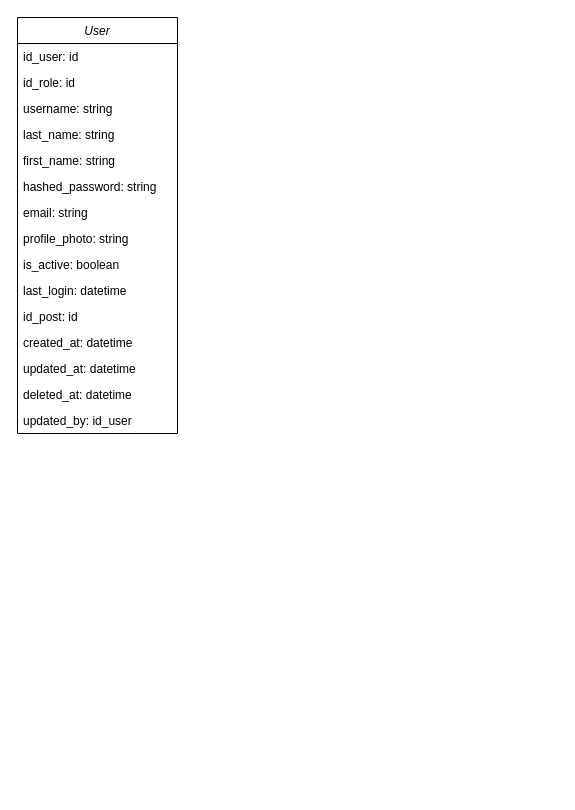
Earlier version of the draw.io diagram Lost&found.drawio (Vedgge/WormSync). Source tidied: cells renumbered, new cells numbered last; positions are measured from the earlier drawing's top-left corner, leaving out a move shared by most shapes. Both pictures are drawn from the tidied source at 100%, with x=0, y=0 at pixel (17, 17).
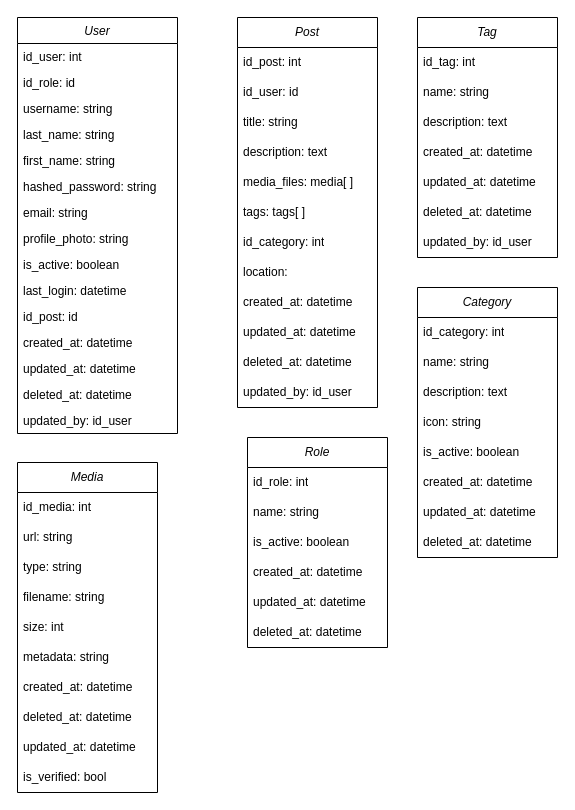
The same page after the edit.

The change refers to these unchanged cells:
```xml
<mxCell id="2" value="User" style="swimlane;fontStyle=2;align=center;verticalAlign=top;horizontal=1;startSize=26;rounded=0;shadow=0;strokeWidth=1;" parent="1" vertex="1">
  <mxGeometry width="160" height="416" as="geometry" />
</mxCell>
```

The edit, as a diff of the source:
```diff
@@
-    <mxCell id="3" value="id_user: id" style="text;align=left;verticalAlign=top;spacingLeft=4;spacingRight=4;overflow=hidden;" parent="2" vertex="1">
+    <mxCell id="3" value="id_user: int" style="text;align=left;verticalAlign=top;spacingLeft=4;spacingRight=4;overflow=hidden;" parent="2" vertex="1">
       <mxGeometry y="26" width="160" height="26" as="geometry" />
     </mxCell>
@@
+    <mxCell id="18" value="&lt;i&gt;Post&lt;/i&gt;" style="swimlane;fontStyle=0;horizontal=1;startSize=30;whiteSpace=wrap;html=1;" parent="1" vertex="1">
+      <mxGeometry x="220" width="140" height="390" as="geometry" />
+    </mxCell>
+    <mxCell id="19" value="id_post: int" style="text;strokeColor=none;fillColor=none;align=left;verticalAlign=middle;spacingLeft=4;spacingRight=4;overflow=hidden;whiteSpace=wrap;html=1;" parent="18" vertex="1">
+      <mxGeometry y="30" width="140" height="30" as="geometry" />
+    </mxCell>
+    <mxCell id="20" value="id_user: id" style="text;strokeColor=none;fillColor=none;align=left;verticalAlign=middle;spacingLeft=4;spacingRight=4;overflow=hidden;whiteSpace=wrap;html=1;" parent="18" vertex="1">
+      <mxGeometry y="60" width="140" height="30" as="geometry" />
+    </mxCell>
+    <mxCell id="21" value="title: string" style="text;strokeColor=none;fillColor=none;align=left;verticalAlign=middle;spacingLeft=4;spacingRight=4;overflow=hidden;whiteSpace=wrap;html=1;" parent="18" vertex="1">
+      <mxGeometry y="90" width="140" height="30" as="geometry" />
+    </mxCell>
+    <mxCell id="22" value="description: text" style="text;strokeColor=none;fillColor=none;align=left;verticalAlign=middle;spacingLeft=4;spacingRight=4;overflow=hidden;whiteSpace=wrap;html=1;" parent="18" vertex="1">
+      <mxGeometry y="120" width="140" height="30" as="geometry" />
+    </mxCell>
+    <mxCell id="23" value="media_files: media[ ]" style="text;strokeColor=none;fillColor=none;align=left;verticalAlign=middle;spacingLeft=4;spacingRight=4;overflow=hidden;whiteSpace=wrap;html=1;" parent="18" vertex="1">
+      <mxGeometry y="150" width="140" height="30" as="geometry" />
+    </mxCell>
+    <mxCell id="24" value="tags: tags[ ]" style="text;strokeColor=none;fillColor=none;align=left;verticalAlign=middle;spacingLeft=4;spacingRight=4;overflow=hidden;whiteSpace=wrap;html=1;" parent="18" vertex="1">
+      <mxGeometry y="180" width="140" height="30" as="geometry" />
+    </mxCell>
+    <mxCell id="25" value="id_category: int" style="text;strokeColor=none;fillColor=none;align=left;verticalAlign=middle;spacingLeft=4;spacingRight=4;overflow=hidden;whiteSpace=wrap;html=1;" parent="18" vertex="1">
+      <mxGeometry y="210" width="140" height="30" as="geometry" />
+    </mxCell>
+    <mxCell id="26" value="location:" style="text;strokeColor=none;fillColor=none;align=left;verticalAlign=middle;spacingLeft=4;spacingRight=4;overflow=hidden;whiteSpace=wrap;html=1;" parent="18" vertex="1">
+      <mxGeometry y="240" width="140" height="30" as="geometry" />
+    </mxCell>
+    <mxCell id="27" value="created_at: datetime" style="text;strokeColor=none;fillColor=none;align=left;verticalAlign=middle;spacingLeft=4;spacingRight=4;overflow=hidden;whiteSpace=wrap;html=1;" parent="18" vertex="1">
+      <mxGeometry y="270" width="140" height="30" as="geometry" />
+    </mxCell>
+    <mxCell id="28" value="updated_at: datetime" style="text;strokeColor=none;fillColor=none;align=left;verticalAlign=middle;spacingLeft=4;spacingRight=4;overflow=hidden;whiteSpace=wrap;html=1;" parent="18" vertex="1">
+      <mxGeometry y="300" width="140" height="30" as="geometry" />
+    </mxCell>
+    <mxCell id="29" value="deleted_at: datetime" style="text;strokeColor=none;fillColor=none;align=left;verticalAlign=middle;spacingLeft=4;spacingRight=4;overflow=hidden;whiteSpace=wrap;html=1;" parent="18" vertex="1">
+      <mxGeometry y="330" width="140" height="30" as="geometry" />
+    </mxCell>
+    <mxCell id="30" value="updated_by: id_user" style="text;strokeColor=none;fillColor=none;align=left;verticalAlign=middle;spacingLeft=4;spacingRight=4;overflow=hidden;whiteSpace=wrap;html=1;" parent="18" vertex="1">
+      <mxGeometry y="360" width="140" height="30" as="geometry" />
+    </mxCell>
+    <mxCell id="31" value="&lt;i&gt;Tag&lt;/i&gt;" style="swimlane;fontStyle=0;horizontal=1;startSize=30;whiteSpace=wrap;html=1;" parent="1" vertex="1">
+      <mxGeometry x="400" width="140" height="240" as="geometry" />
+    </mxCell>
+    <mxCell id="32" value="id_tag: int&lt;span style=&quot;white-space: pre;&quot;&gt;&#9;&lt;/span&gt;" style="text;strokeColor=none;fillColor=none;align=left;verticalAlign=middle;spacingLeft=4;spacingRight=4;overflow=hidden;whiteSpace=wrap;html=1;" parent="31" vertex="1">
+      <mxGeometry y="30" width="140" height="30" as="geometry" />
+    </mxCell>
+    <mxCell id="33" value="name: string" style="text;strokeColor=none;fillColor=none;align=left;verticalAlign=middle;spacingLeft=4;spacingRight=4;overflow=hidden;whiteSpace=wrap;html=1;" parent="31" vertex="1">
+      <mxGeometry y="60" width="140" height="30" as="geometry" />
+    </mxCell>
+    <mxCell id="34" value="description: text" style="text;strokeColor=none;fillColor=none;align=left;verticalAlign=middle;spacingLeft=4;spacingRight=4;overflow=hidden;whiteSpace=wrap;html=1;" parent="31" vertex="1">
+      <mxGeometry y="90" width="140" height="30" as="geometry" />
+    </mxCell>
+    <mxCell id="35" value="created_at: datetime" style="text;strokeColor=none;fillColor=none;align=left;verticalAlign=middle;spacingLeft=4;spacingRight=4;overflow=hidden;whiteSpace=wrap;html=1;" parent="31" vertex="1">
+      <mxGeometry y="120" width="140" height="30" as="geometry" />
+    </mxCell>
+    <mxCell id="36" value="updated_at: datetime" style="text;strokeColor=none;fillColor=none;align=left;verticalAlign=middle;spacingLeft=4;spacingRight=4;overflow=hidden;whiteSpace=wrap;html=1;" parent="31" vertex="1">
+      <mxGeometry y="150" width="140" height="30" as="geometry" />
+    </mxCell>
+    <mxCell id="37" value="deleted_at: datetime" style="text;strokeColor=none;fillColor=none;align=left;verticalAlign=middle;spacingLeft=4;spacingRight=4;overflow=hidden;whiteSpace=wrap;html=1;" parent="31" vertex="1">
+      <mxGeometry y="180" width="140" height="30" as="geometry" />
+    </mxCell>
+    <mxCell id="38" value="updated_by: id_user" style="text;strokeColor=none;fillColor=none;align=left;verticalAlign=middle;spacingLeft=4;spacingRight=4;overflow=hidden;whiteSpace=wrap;html=1;" parent="31" vertex="1">
+      <mxGeometry y="210" width="140" height="30" as="geometry" />
+    </mxCell>
+    <mxCell id="39" value="&lt;i&gt;Category&lt;/i&gt;" style="swimlane;fontStyle=0;horizontal=1;startSize=30;whiteSpace=wrap;html=1;" parent="1" vertex="1">
+      <mxGeometry x="400" y="270" width="140" height="270" as="geometry" />
+    </mxCell>
+    <mxCell id="40" value="id_category: int" style="text;strokeColor=none;fillColor=none;align=left;verticalAlign=middle;spacingLeft=4;spacingRight=4;overflow=hidden;whiteSpace=wrap;html=1;" parent="39" vertex="1">
+      <mxGeometry y="30" width="140" height="30" as="geometry" />
+    </mxCell>
+    <mxCell id="41" value="name: string" style="text;strokeColor=none;fillColor=none;align=left;verticalAlign=middle;spacingLeft=4;spacingRight=4;overflow=hidden;whiteSpace=wrap;html=1;" parent="39" vertex="1">
+      <mxGeometry y="60" width="140" height="30" as="geometry" />
+    </mxCell>
+    <mxCell id="42" value="description: text" style="text;strokeColor=none;fillColor=none;align=left;verticalAlign=middle;spacingLeft=4;spacingRight=4;overflow=hidden;whiteSpace=wrap;html=1;" parent="39" vertex="1">
+      <mxGeometry y="90" width="140" height="30" as="geometry" />
+    </mxCell>
+    <mxCell id="43" value="icon: string" style="text;strokeColor=none;fillColor=none;align=left;verticalAlign=middle;spacingLeft=4;spacingRight=4;overflow=hidden;whiteSpace=wrap;html=1;" parent="39" vertex="1">
+      <mxGeometry y="120" width="140" height="30" as="geometry" />
+    </mxCell>
+    <mxCell id="44" value="is_active: boolean" style="text;strokeColor=none;fillColor=none;align=left;verticalAlign=middle;spacingLeft=4;spacingRight=4;overflow=hidden;whiteSpace=wrap;html=1;" parent="39" vertex="1">
+      <mxGeometry y="150" width="140" height="30" as="geometry" />
+    </mxCell>
+    <mxCell id="45" value="created_at: datetime" style="text;strokeColor=none;fillColor=none;align=left;verticalAlign=middle;spacingLeft=4;spacingRight=4;overflow=hidden;whiteSpace=wrap;html=1;" parent="39" vertex="1">
+      <mxGeometry y="180" width="140" height="30" as="geometry" />
+    </mxCell>
+    <mxCell id="46" value="updated_at: datetime" style="text;strokeColor=none;fillColor=none;align=left;verticalAlign=middle;spacingLeft=4;spacingRight=4;overflow=hidden;whiteSpace=wrap;html=1;" parent="39" vertex="1">
+      <mxGeometry y="210" width="140" height="30" as="geometry" />
+    </mxCell>
+    <mxCell id="47" value="deleted_at: datetime" style="text;strokeColor=none;fillColor=none;align=left;verticalAlign=middle;spacingLeft=4;spacingRight=4;overflow=hidden;whiteSpace=wrap;html=1;" parent="39" vertex="1">
+      <mxGeometry y="240" width="140" height="30" as="geometry" />
+    </mxCell>
+    <mxCell id="48" value="&lt;i&gt;Role&lt;/i&gt;" style="swimlane;fontStyle=0;horizontal=1;startSize=30;whiteSpace=wrap;html=1;" parent="1" vertex="1">
+      <mxGeometry x="230" y="420" width="140" height="210" as="geometry" />
+    </mxCell>
+    <mxCell id="49" value="id_role: int" style="text;strokeColor=none;fillColor=none;align=left;verticalAlign=middle;spacingLeft=4;spacingRight=4;overflow=hidden;whiteSpace=wrap;html=1;" parent="48" vertex="1">
+      <mxGeometry y="30" width="140" height="30" as="geometry" />
+    </mxCell>
+    <mxCell id="50" value="name: string" style="text;strokeColor=none;fillColor=none;align=left;verticalAlign=middle;spacingLeft=4;spacingRight=4;overflow=hidden;whiteSpace=wrap;html=1;" parent="48" vertex="1">
+      <mxGeometry y="60" width="140" height="30" as="geometry" />
+    </mxCell>
+    <mxCell id="51" value="is_active: boolean" style="text;strokeColor=none;fillColor=none;align=left;verticalAlign=middle;spacingLeft=4;spacingRight=4;overflow=hidden;whiteSpace=wrap;html=1;" parent="48" vertex="1">
+      <mxGeometry y="90" width="140" height="30" as="geometry" />
+    </mxCell>
+    <mxCell id="52" value="created_at: datetime" style="text;strokeColor=none;fillColor=none;align=left;verticalAlign=middle;spacingLeft=4;spacingRight=4;overflow=hidden;whiteSpace=wrap;html=1;" parent="48" vertex="1">
+      <mxGeometry y="120" width="140" height="30" as="geometry" />
+    </mxCell>
+    <mxCell id="53" value="updated_at: datetime" style="text;strokeColor=none;fillColor=none;align=left;verticalAlign=middle;spacingLeft=4;spacingRight=4;overflow=hidden;whiteSpace=wrap;html=1;" parent="48" vertex="1">
+      <mxGeometry y="150" width="140" height="30" as="geometry" />
+    </mxCell>
+    <mxCell id="54" value="deleted_at: datetime" style="text;strokeColor=none;fillColor=none;align=left;verticalAlign=middle;spacingLeft=4;spacingRight=4;overflow=hidden;whiteSpace=wrap;html=1;" parent="48" vertex="1">
+      <mxGeometry y="180" width="140" height="30" as="geometry" />
+    </mxCell>
+    <mxCell id="55" value="&lt;i&gt;Media&lt;/i&gt;" style="swimlane;fontStyle=0;horizontal=1;startSize=30;whiteSpace=wrap;html=1;" parent="1" vertex="1">
+      <mxGeometry y="445" width="140" height="330" as="geometry" />
+    </mxCell>
+    <mxCell id="56" value="id_media: int" style="text;strokeColor=none;fillColor=none;align=left;verticalAlign=middle;spacingLeft=4;spacingRight=4;overflow=hidden;whiteSpace=wrap;html=1;" parent="55" vertex="1">
+      <mxGeometry y="30" width="140" height="30" as="geometry" />
+    </mxCell>
+    <mxCell id="57" value="url: string" style="text;strokeColor=none;fillColor=none;align=left;verticalAlign=middle;spacingLeft=4;spacingRight=4;overflow=hidden;whiteSpace=wrap;html=1;" parent="55" vertex="1">
+      <mxGeometry y="60" width="140" height="30" as="geometry" />
+    </mxCell>
+    <mxCell id="58" value="type: string" style="text;strokeColor=none;fillColor=none;align=left;verticalAlign=middle;spacingLeft=4;spacingRight=4;overflow=hidden;whiteSpace=wrap;html=1;" parent="55" vertex="1">
+      <mxGeometry y="90" width="140" height="30" as="geometry" />
+    </mxCell>
+    <mxCell id="59" value="filename: string" style="text;strokeColor=none;fillColor=none;align=left;verticalAlign=middle;spacingLeft=4;spacingRight=4;overflow=hidden;whiteSpace=wrap;html=1;" parent="55" vertex="1">
+      <mxGeometry y="120" width="140" height="30" as="geometry" />
+    </mxCell>
+    <mxCell id="60" value="size: int" style="text;strokeColor=none;fillColor=none;align=left;verticalAlign=middle;spacingLeft=4;spacingRight=4;overflow=hidden;whiteSpace=wrap;html=1;" parent="55" vertex="1">
+      <mxGeometry y="150" width="140" height="30" as="geometry" />
+    </mxCell>
+    <mxCell id="61" value="metadata: string" style="text;strokeColor=none;fillColor=none;align=left;verticalAlign=middle;spacingLeft=4;spacingRight=4;overflow=hidden;whiteSpace=wrap;html=1;" parent="55" vertex="1">
+      <mxGeometry y="180" width="140" height="30" as="geometry" />
+    </mxCell>
+    <mxCell id="62" value="created_at: datetime" style="text;strokeColor=none;fillColor=none;align=left;verticalAlign=middle;spacingLeft=4;spacingRight=4;overflow=hidden;whiteSpace=wrap;html=1;" parent="55" vertex="1">
+      <mxGeometry y="210" width="140" height="30" as="geometry" />
+    </mxCell>
+    <mxCell id="63" value="deleted_at: datetime" style="text;strokeColor=none;fillColor=none;align=left;verticalAlign=middle;spacingLeft=4;spacingRight=4;overflow=hidden;whiteSpace=wrap;html=1;" parent="55" vertex="1">
+      <mxGeometry y="240" width="140" height="30" as="geometry" />
+    </mxCell>
+    <mxCell id="64" value="updated_at: datetime" style="text;strokeColor=none;fillColor=none;align=left;verticalAlign=middle;spacingLeft=4;spacingRight=4;overflow=hidden;whiteSpace=wrap;html=1;" parent="55" vertex="1">
+      <mxGeometry y="270" width="140" height="30" as="geometry" />
+    </mxCell>
+    <mxCell id="65" value="is_verified: bool" style="text;strokeColor=none;fillColor=none;align=left;verticalAlign=middle;spacingLeft=4;spacingRight=4;overflow=hidden;whiteSpace=wrap;html=1;" parent="55" vertex="1">
+      <mxGeometry y="300" width="140" height="30" as="geometry" />
+    </mxCell>
```
